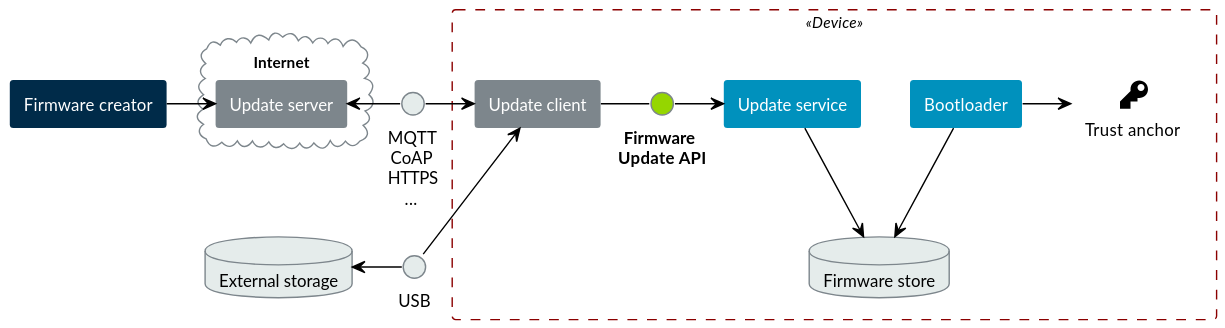
ARM-software/psa-api keeps this PlantUML diagram as doc/fwu/figure/arch/components.svg. Above is the earlier version. Its source is kept beside it as doc/fwu/figure/arch/components.puml. Its diagram source:
```plantuml
@startuml

!include atg-spec.pumh
!include atg-dataflow.pumh

skinparam RectangleborderThickness 0
skinparam RectanglefontColor white
skinparam DatabaseBorderColor #ArmMidGray
skinparam InterfaceBorderColor #ArmMidGray

rectangle "Firmware creator" as creator #ArmDarkBlue
cloud Internet {
    rectangle "Update server" as server #ArmMidGray
}
interface "MQTT\n CoAP\nHTTPS\n      ..." as tls #ArmLightGray

dfd_tb("Device ") {
    rectangle "Update client" as client #ArmMidGray
    interface "**  Firmware**\n**Update API**" as api  #ArmGreen
    rectangle "Update service" as service #ArmMidBlue
    database "Firmware store" as store #ArmLightGray
    rectangle "Bootloader" as bootloader #ArmMidBlue
    label "<size:30>    <&key>\nTrust anchor" as anchor
}

database "External storage" as drive #ArmLightGray
interface "USB" as usb #ArmLightGray

creator -> server
server <- tls
tls -> client
client - api
api -> service
service --> store
service -[hidden]right-> bootloader
bootloader --> store
bootloader -> anchor

server -[hidden]down- drive
tls -[hidden]down- usb
drive <- usb
usb -[norank]-> client

@enduml
```
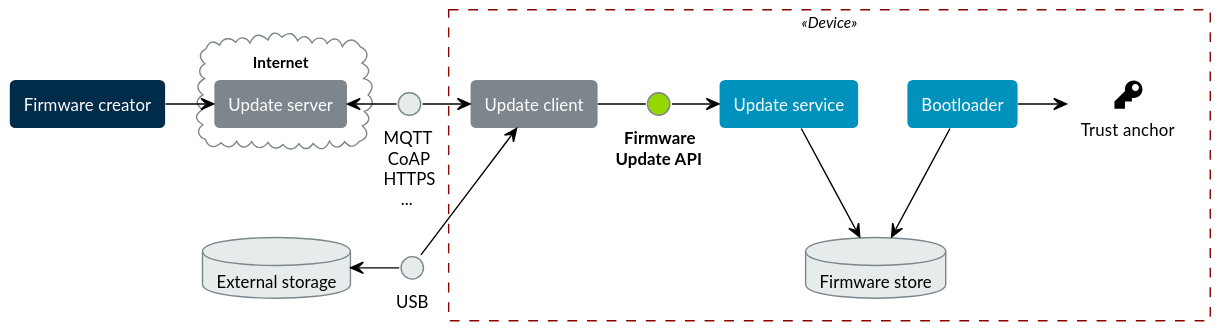
The same diagram one commit later.

The edit, as a diff of the source:
```diff
@@ -12,15 +12,15 @@
 cloud Internet {
     rectangle "Update server" as server #ArmMidGray
 }
-interface "MQTT\n CoAP\nHTTPS\n      ..." as tls #ArmLightGray
+interface "MQTT\n CoAP\nHTTPS\n    ..." as tls #ArmLightGray
 
 dfd_tb("Device ") {
     rectangle "Update client" as client #ArmMidGray
-    interface "**  Firmware**\n**Update API**" as api  #ArmGreen
+    interface "  **Firmware**\n**Update API**" as api  #ArmGreen
     rectangle "Update service" as service #ArmMidBlue
     database "Firmware store" as store #ArmLightGray
     rectangle "Bootloader" as bootloader #ArmMidBlue
-    label "<size:30>    <&key>\nTrust anchor" as anchor
+    label "<size:30>   <&key>\nTrust anchor" as anchor
 }
 
 database "External storage" as drive #ArmLightGray
```
